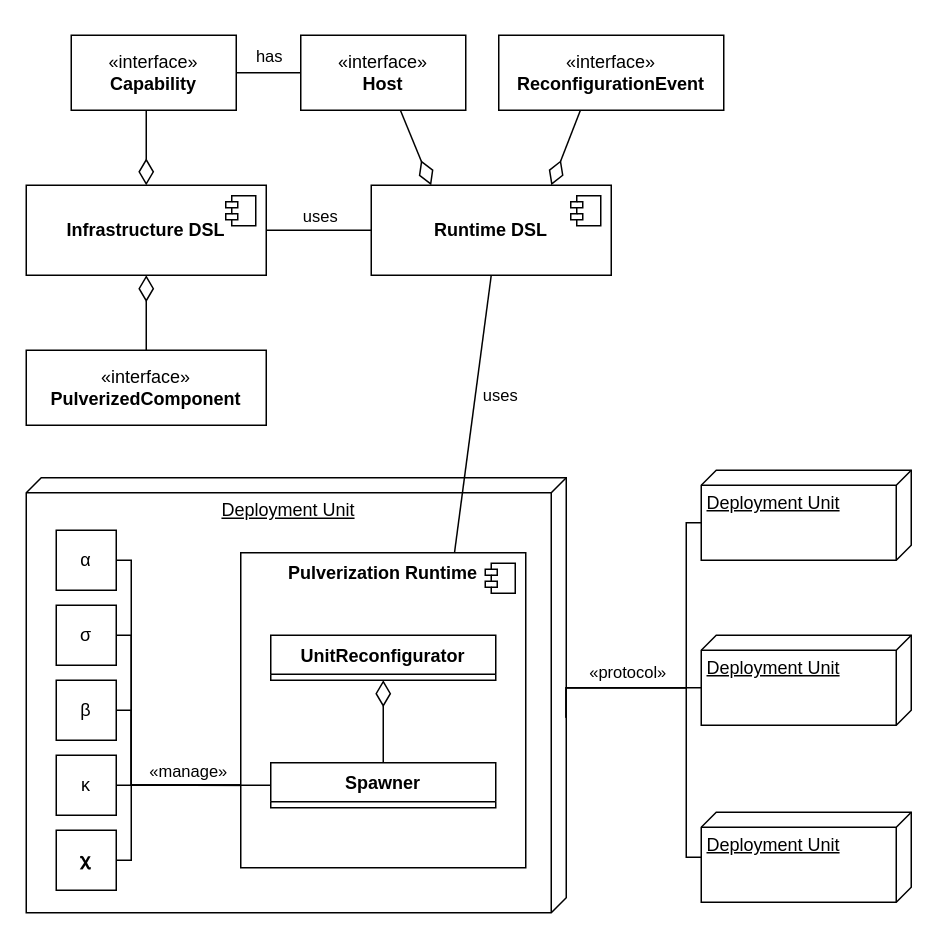
This is figures/pulverization-framework-overview.drawio from DanySK/paper-2023-pulverization-framework, a draw.io file, before an edit. Source tidied: cells renumbered, new cells numbered last; positions are measured from the earlier drawing's top-left corner, leaving out a move shared by most shapes. Both pictures are drawn from the tidied source at 150%, with x=0, y=0 at pixel (26, 34).
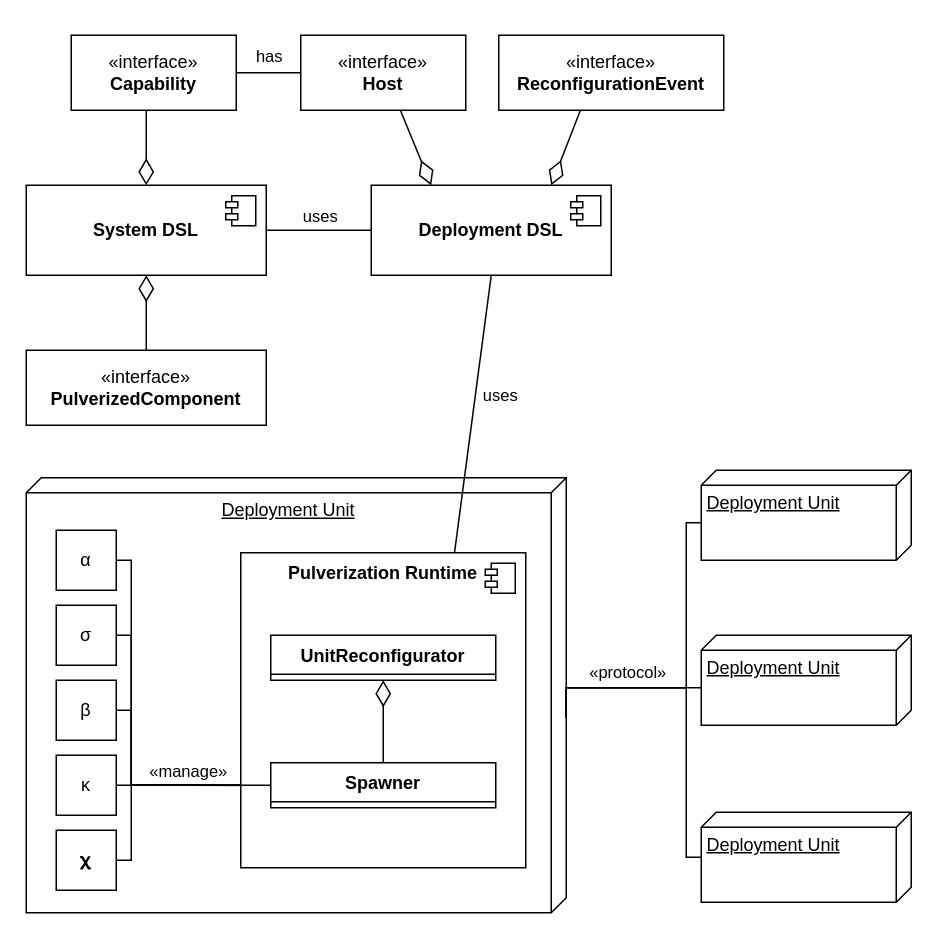
The same diagram, later.

Commit message (it also covers changes not shown here):
Update fig 2 on approach overview

Change to the diagram source:
```diff
@@
-    <mxCell id="18" value="&lt;b&gt;Infrastructure DSL&lt;/b&gt;" style="html=1;whiteSpace=wrap;" parent="1" vertex="1">
+    <mxCell id="18" value="&lt;b&gt;System DSL&lt;/b&gt;" style="html=1;whiteSpace=wrap;" parent="1" vertex="1">
       <mxGeometry y="100" width="160" height="60" as="geometry" />
     </mxCell>
@@
-    <mxCell id="22" value="&lt;b&gt;Runtime DSL&lt;/b&gt;" style="html=1;whiteSpace=wrap;" parent="1" vertex="1">
+    <mxCell id="22" value="&lt;b&gt;Deployment DSL&lt;/b&gt;" style="html=1;whiteSpace=wrap;" parent="1" vertex="1">
       <mxGeometry x="230" y="100" width="160" height="60" as="geometry" />
     </mxCell>
```
